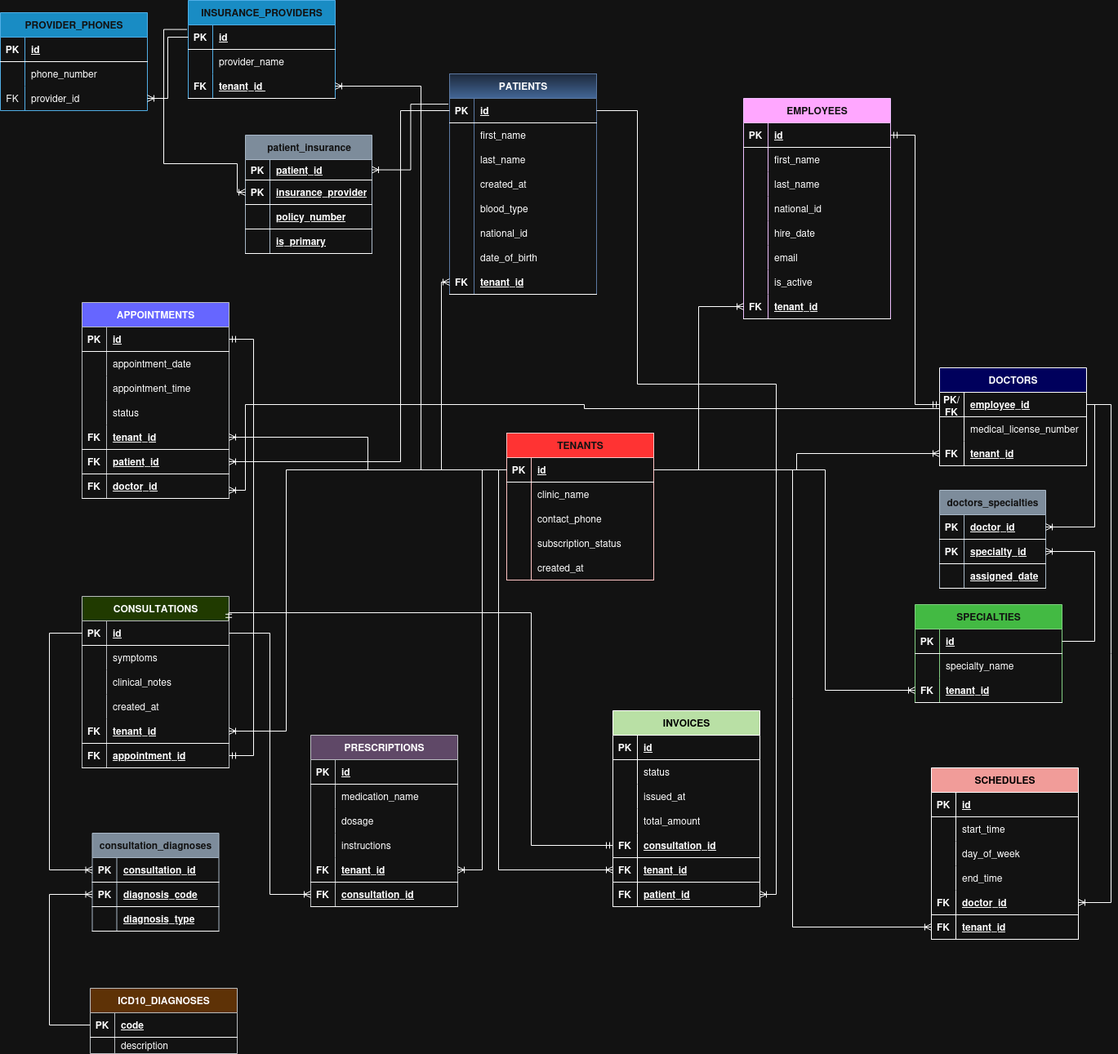
This is docs/relational/clinical-saas_platform-Página-2.drawio.png from Juliaanrw/clinical-saas-platform, a draw.io export, as it was before one commit. Source tidied: cells renumbered, new cells last; positions are measured from the earlier drawing's top-left corner, leaving out a move shared by most shapes.
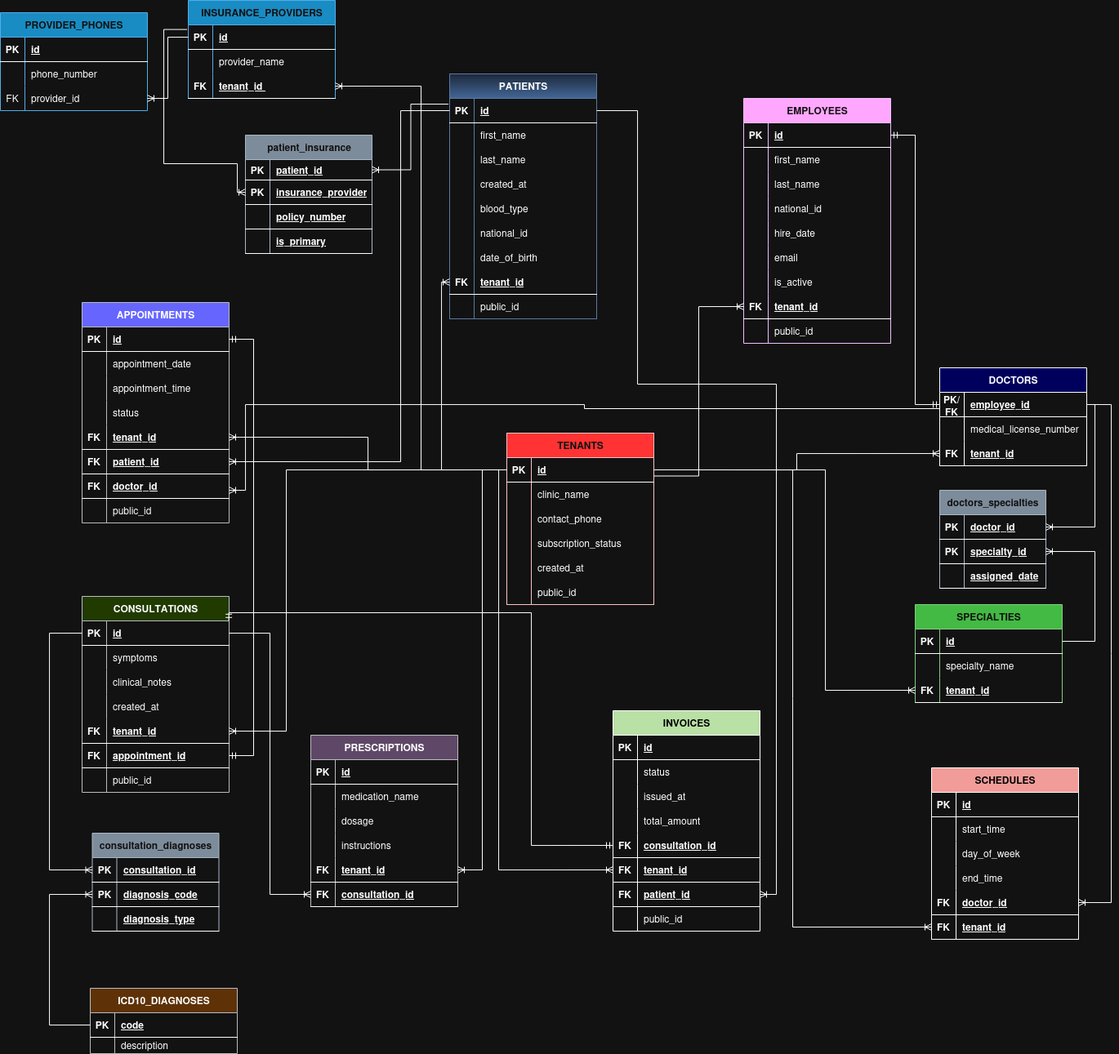
After the commit.

Commit message:
Relational diagram V.3

The edit, as a diff of the source:
```diff
@@ -3,7 +3,7 @@
     <mxCell id="0" />
     <mxCell id="1" parent="0" />
     <mxCell id="2" value="TENANTS" style="shape=table;startSize=30;rowLines=0;fontStyle=1;align=center;html=1;fillColor=light-dark(#A20025,#FF3333);fontColor=#ffffff;strokeColor=#6F0000;" parent="1" vertex="1">
-      <mxGeometry x="620" y="530" width="180" height="180" as="geometry" />
+      <mxGeometry x="620" y="530" width="180" height="210" as="geometry" />
     </mxCell>
     <mxCell id="3" style="shape=tableRow;horizontal=0;startSize=0;swimlaneHead=0;swimlaneBody=0;fillColor=none;points=[[0,0.5],[1,0.5]];portConstraint=eastwest;top=0;left=0;right=0;bottom=1;" parent="2" vertex="1">
       <mxGeometry y="30" width="180" height="30" as="geometry" />
@@ -50,8 +50,17 @@
     <mxCell id="17" value="created_at" style="shape=partialRectangle;fillColor=none;top=0;left=0;bottom=0;right=0;align=left;spacingLeft=6;overflow=hidden;whiteSpace=wrap;html=1;" parent="15" vertex="1">
       <mxGeometry x="30" width="150" height="30" as="geometry" />
     </mxCell>
+    <mxCell id="274" style="shape=tableRow;horizontal=0;startSize=0;swimlaneHead=0;swimlaneBody=0;fillColor=none;top=0;left=0;right=0;bottom=0;" parent="2" vertex="1">
+      <mxGeometry y="180" width="180" height="30" as="geometry" />
+    </mxCell>
+    <mxCell id="275" style="shape=partialRectangle;fillColor=none;top=0;left=0;bottom=0;right=0;overflow=hidden;whiteSpace=wrap;html=1;" parent="274" vertex="1">
+      <mxGeometry width="30" height="30" as="geometry" />
+    </mxCell>
+    <mxCell id="276" value="public_id" style="shape=partialRectangle;fillColor=none;top=0;left=0;bottom=0;right=0;align=left;spacingLeft=6;overflow=hidden;whiteSpace=wrap;html=1;" parent="274" vertex="1">
+      <mxGeometry x="30" width="150" height="30" as="geometry" />
+    </mxCell>
     <mxCell id="18" value="EMPLOYEES" style="shape=table;startSize=30;rowLines=0;fontStyle=1;align=center;html=1;fillColor=#6a00ff;fontColor=#ffffff;strokeColor=#3700CC;" parent="1" vertex="1">
-      <mxGeometry x="910" y="120" width="180" height="270" as="geometry" />
+      <mxGeometry x="910" y="120" width="180" height="300" as="geometry" />
     </mxCell>
     <mxCell id="19" style="shape=tableRow;horizontal=0;startSize=0;swimlaneHead=0;swimlaneBody=0;fillColor=none;points=[[0,0.5],[1,0.5]];portConstraint=eastwest;top=0;left=0;right=0;bottom=1;" parent="18" vertex="1">
       <mxGeometry y="30" width="180" height="30" as="geometry" />
@@ -125,6 +134,15 @@
     <mxCell id="42" value="tenant_id" style="shape=partialRectangle;fillColor=none;top=0;left=0;bottom=0;right=0;align=left;spacingLeft=6;fontStyle=5;overflow=hidden;whiteSpace=wrap;html=1;" parent="40" vertex="1">
       <mxGeometry x="30" width="150" height="30" as="geometry" />
     </mxCell>
+    <mxCell id="277" style="shape=tableRow;horizontal=0;startSize=0;swimlaneHead=0;swimlaneBody=0;fillColor=none;top=0;left=0;right=0;bottom=0;" parent="18" vertex="1">
+      <mxGeometry y="270" width="180" height="30" as="geometry" />
+    </mxCell>
+    <mxCell id="278" style="shape=partialRectangle;fillColor=none;top=0;left=0;bottom=0;right=0;overflow=hidden;whiteSpace=wrap;html=1;" parent="277" vertex="1">
+      <mxGeometry width="30" height="30" as="geometry" />
+    </mxCell>
+    <mxCell id="279" value="public_id" style="shape=partialRectangle;fillColor=none;top=0;left=0;bottom=0;right=0;align=left;spacingLeft=6;overflow=hidden;whiteSpace=wrap;html=1;" parent="277" vertex="1">
+      <mxGeometry x="30" width="150" height="30" as="geometry" />
+    </mxCell>
     <mxCell id="43" value="DOCTORS" style="shape=table;startSize=30;rowLines=0;fontStyle=1;align=center;html=1;fillColor=light-dark(#FFFFFF,#00005C);" parent="1" vertex="1">
       <mxGeometry x="1150" y="450" width="180" height="120" as="geometry" />
     </mxCell>
@@ -303,7 +321,7 @@
       <mxGeometry x="30" width="150" height="30" as="geometry" />
     </mxCell>
     <mxCell id="102" value="APPOINTMENTS" style="shape=table;startSize=30;rowLines=0;fontStyle=1;align=center;html=1;fillColor=light-dark(#FFFF88,#6666FF);strokeColor=#36393d;" parent="1" vertex="1">
-      <mxGeometry x="100" y="370" width="180" height="240" as="geometry" />
+      <mxGeometry x="100" y="370" width="180" height="270" as="geometry" />
     </mxCell>
     <mxCell id="103" style="shape=tableRow;horizontal=0;startSize=0;swimlaneHead=0;swimlaneBody=0;fillColor=none;points=[[0,0.5],[1,0.5]];portConstraint=eastwest;top=0;left=0;right=0;bottom=1;" parent="102" vertex="1">
       <mxGeometry y="30" width="180" height="30" as="geometry" />
@@ -368,8 +386,17 @@
     <mxCell id="123" value="doctor_id" style="shape=partialRectangle;fillColor=none;top=0;left=0;bottom=0;right=0;align=left;spacingLeft=6;fontStyle=5;overflow=hidden;whiteSpace=wrap;html=1;" parent="121" vertex="1">
       <mxGeometry x="30" width="150" height="30" as="geometry" />
     </mxCell>
+    <mxCell id="280" style="shape=tableRow;horizontal=0;startSize=0;swimlaneHead=0;swimlaneBody=0;fillColor=none;top=0;left=0;right=0;bottom=0;" parent="102" vertex="1">
+      <mxGeometry y="240" width="180" height="30" as="geometry" />
+    </mxCell>
+    <mxCell id="281" style="shape=partialRectangle;fillColor=none;top=0;left=0;bottom=0;right=0;overflow=hidden;whiteSpace=wrap;html=1;" parent="280" vertex="1">
+      <mxGeometry width="30" height="30" as="geometry" />
+    </mxCell>
+    <mxCell id="282" value="public_id" style="shape=partialRectangle;fillColor=none;top=0;left=0;bottom=0;right=0;align=left;spacingLeft=6;overflow=hidden;whiteSpace=wrap;html=1;" parent="280" vertex="1">
+      <mxGeometry x="30" width="150" height="30" as="geometry" />
+    </mxCell>
     <mxCell id="124" value="CONSULTATIONS" style="shape=table;startSize=30;rowLines=0;fontStyle=1;align=center;html=1;fillColor=#cdeb8b;strokeColor=#36393d;" parent="1" vertex="1">
-      <mxGeometry x="100" y="730" width="180" height="210" as="geometry" />
+      <mxGeometry x="100" y="730" width="180" height="240" as="geometry" />
     </mxCell>
     <mxCell id="125" style="shape=tableRow;horizontal=0;startSize=0;swimlaneHead=0;swimlaneBody=0;fillColor=none;points=[[0,0.5],[1,0.5]];portConstraint=eastwest;top=0;left=0;right=0;bottom=1;" parent="124" vertex="1">
       <mxGeometry y="30" width="180" height="30" as="geometry" />
@@ -425,6 +452,15 @@
     <mxCell id="142" value="appointment_id" style="shape=partialRectangle;fillColor=none;top=0;left=0;bottom=0;right=0;align=left;spacingLeft=6;fontStyle=5;overflow=hidden;whiteSpace=wrap;html=1;" parent="140" vertex="1">
       <mxGeometry x="30" width="150" height="30" as="geometry" />
     </mxCell>
+    <mxCell id="283" style="shape=tableRow;horizontal=0;startSize=0;swimlaneHead=0;swimlaneBody=0;fillColor=none;top=0;left=0;right=0;bottom=0;" parent="124" vertex="1">
+      <mxGeometry y="210" width="180" height="30" as="geometry" />
+    </mxCell>
+    <mxCell id="284" style="shape=partialRectangle;fillColor=none;top=0;left=0;bottom=0;right=0;overflow=hidden;whiteSpace=wrap;html=1;" parent="283" vertex="1">
+      <mxGeometry width="30" height="30" as="geometry" />
+    </mxCell>
+    <mxCell id="285" value="public_id" style="shape=partialRectangle;fillColor=none;top=0;left=0;bottom=0;right=0;align=left;spacingLeft=6;overflow=hidden;whiteSpace=wrap;html=1;" parent="283" vertex="1">
+      <mxGeometry x="30" width="150" height="30" as="geometry" />
+    </mxCell>
     <mxCell id="143" value="PRESCRIPTIONS" style="shape=table;startSize=30;rowLines=0;fontStyle=1;align=center;html=1;fillColor=light-dark(#F9F7ED,#5F4867);strokeColor=#36393d;" parent="1" vertex="1">
       <mxGeometry x="380" y="900" width="180" height="210" as="geometry" />
     </mxCell>
@@ -504,7 +540,7 @@
       <mxGeometry x="30" width="150" height="20" as="geometry" />
     </mxCell>
     <mxCell id="169" value="&lt;span style=&quot;color: light-dark(rgb(0, 0, 0), rgb(0, 0, 0));&quot;&gt;INVOICES&lt;/span&gt;" style="shape=table;startSize=30;rowLines=0;fontStyle=1;align=center;html=1;fillColor=light-dark(#FFFFFF,#B9E0A5);" parent="1" vertex="1">
-      <mxGeometry x="750" y="870" width="180" height="240" as="geometry" />
+      <mxGeometry x="750" y="870" width="180" height="270" as="geometry" />
     </mxCell>
     <mxCell id="170" style="shape=tableRow;horizontal=0;startSize=0;swimlaneHead=0;swimlaneBody=0;fillColor=none;top=0;left=0;right=0;bottom=1;" parent="169" vertex="1">
       <mxGeometry y="30" width="180" height="30" as="geometry" />
@@ -569,8 +605,17 @@
     <mxCell id="190" value="patient_id" style="shape=partialRectangle;fillColor=none;top=0;left=0;bottom=0;right=0;align=left;spacingLeft=6;fontStyle=5;overflow=hidden;whiteSpace=wrap;html=1;" parent="188" vertex="1">
       <mxGeometry x="30" width="150" height="30" as="geometry" />
     </mxCell>
+    <mxCell id="286" style="shape=tableRow;horizontal=0;startSize=0;swimlaneHead=0;swimlaneBody=0;fillColor=none;top=0;left=0;right=0;bottom=0;" parent="169" vertex="1">
+      <mxGeometry y="240" width="180" height="30" as="geometry" />
+    </mxCell>
+    <mxCell id="287" style="shape=partialRectangle;fillColor=none;top=0;left=0;bottom=0;right=0;overflow=hidden;whiteSpace=wrap;html=1;" parent="286" vertex="1">
+      <mxGeometry width="30" height="30" as="geometry" />
+    </mxCell>
+    <mxCell id="288" value="public_id" style="shape=partialRectangle;fillColor=none;top=0;left=0;bottom=0;right=0;align=left;spacingLeft=6;overflow=hidden;whiteSpace=wrap;html=1;" parent="286" vertex="1">
+      <mxGeometry x="30" width="150" height="30" as="geometry" />
+    </mxCell>
     <mxCell id="191" value="PATIENTS" style="shape=table;startSize=30;rowLines=0;fontStyle=1;align=center;html=1;fillColor=#dae8fc;strokeColor=#6c8ebf;gradientColor=#7ea6e0;" parent="1" vertex="1">
-      <mxGeometry x="550" y="90" width="180" height="270" as="geometry" />
+      <mxGeometry x="550" y="90" width="180" height="300" as="geometry" />
     </mxCell>
     <mxCell id="192" style="shape=tableRow;horizontal=0;startSize=0;swimlaneHead=0;swimlaneBody=0;fillColor=none;points=[[0,0.5],[1,0.5]];portConstraint=eastwest;top=0;left=0;right=0;bottom=1;" parent="191" vertex="1">
       <mxGeometry y="30" width="180" height="30" as="geometry" />
@@ -644,6 +689,15 @@
     <mxCell id="215" value="tenant_id" style="shape=partialRectangle;fillColor=none;top=0;left=0;bottom=0;right=0;align=left;spacingLeft=6;fontStyle=5;overflow=hidden;whiteSpace=wrap;html=1;" parent="213" vertex="1">
       <mxGeometry x="30" width="150" height="30" as="geometry" />
     </mxCell>
+    <mxCell id="289" style="shape=tableRow;horizontal=0;startSize=0;swimlaneHead=0;swimlaneBody=0;fillColor=none;top=0;left=0;right=0;bottom=0;" parent="191" vertex="1">
+      <mxGeometry y="270" width="180" height="30" as="geometry" />
+    </mxCell>
+    <mxCell id="290" style="shape=partialRectangle;fillColor=none;top=0;left=0;bottom=0;right=0;overflow=hidden;whiteSpace=wrap;html=1;" parent="289" vertex="1">
+      <mxGeometry width="30" height="30" as="geometry" />
+    </mxCell>
+    <mxCell id="291" value="public_id" style="shape=partialRectangle;fillColor=none;top=0;left=0;bottom=0;right=0;align=left;spacingLeft=6;overflow=hidden;whiteSpace=wrap;html=1;" parent="289" vertex="1">
+      <mxGeometry x="30" width="150" height="30" as="geometry" />
+    </mxCell>
     <mxCell id="216" value="doctors_specialties" style="shape=table;startSize=30;rowLines=0;fontStyle=1;align=center;html=1;fillColor=#647687;fontColor=#ffffff;strokeColor=#314354;" parent="1" vertex="1">
       <mxGeometry x="1150" y="600" width="130" height="120" as="geometry" />
     </mxCell>
```
